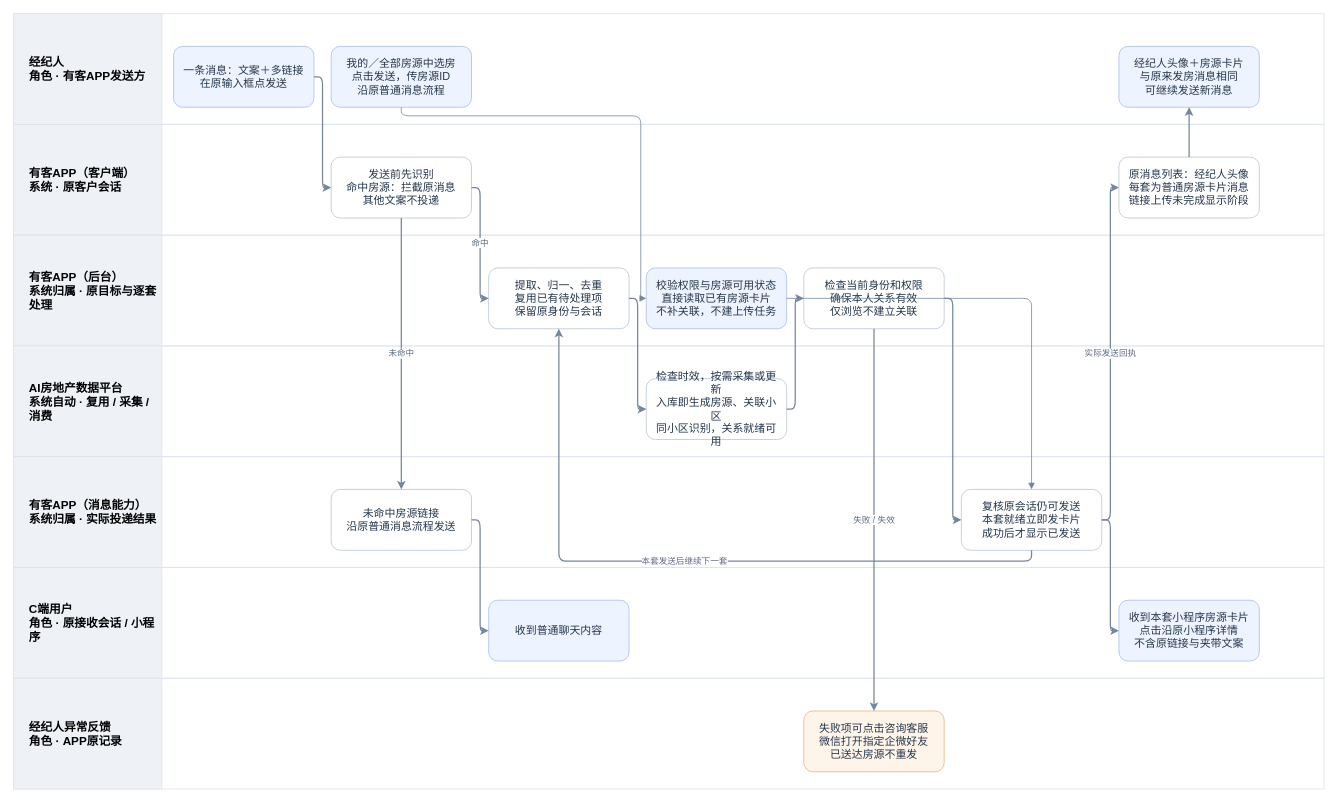
Above: page "APP客户会话｜角色与系统泳道" (2 of 3) of B端发房共用资源/V3.0-B端房源上传与管理-角色与系统业务流程.drawio in JZT-AI/ai-real-estate-platform-v3-prototype (draw.io), before the change. Source tidied: cells renumbered, new cells numbered last; positions are measured from the earlier drawing's top-left corner, leaving out a move shared by most shapes. Both pictures are drawn from the tidied source at 78%, with x=0, y=0 at pixel (13, 13).
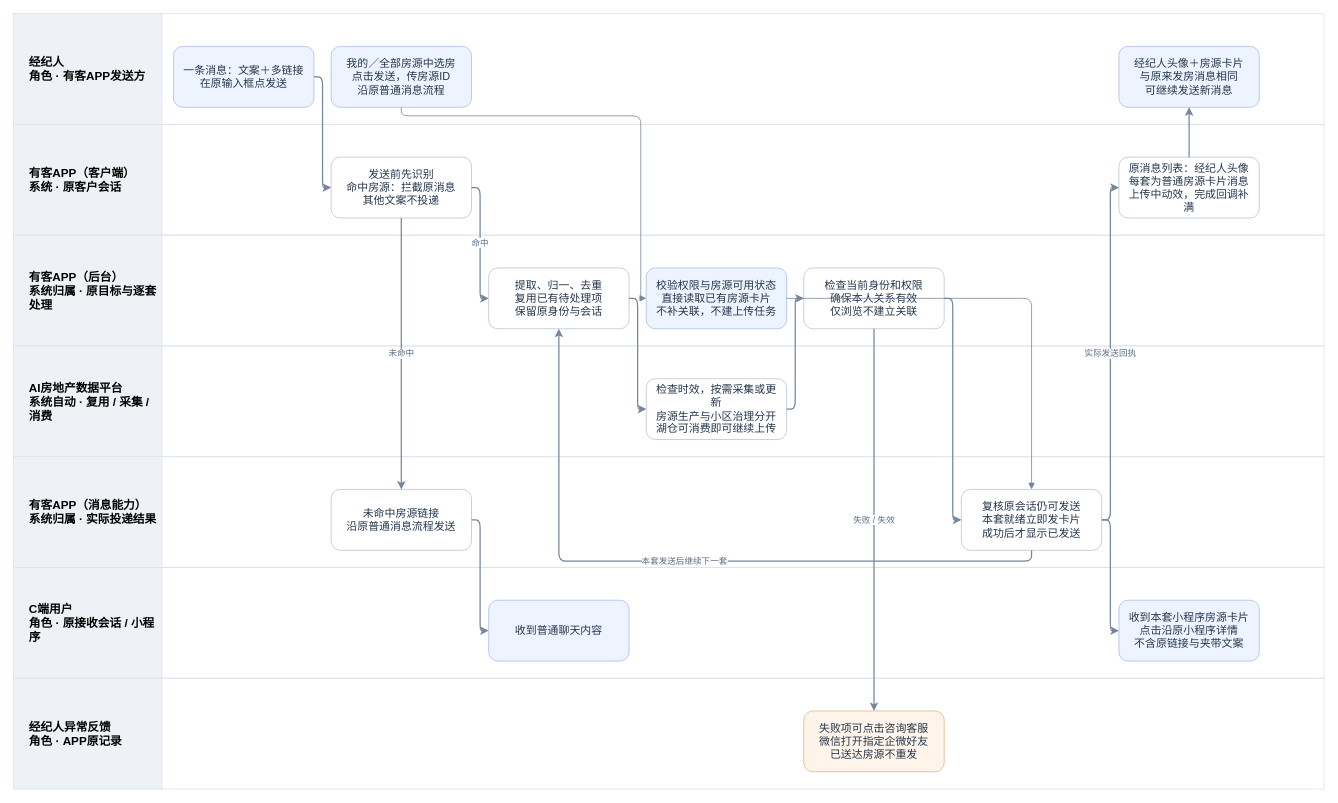
The same diagram, later.

The change refers to these unchanged cells:
```xml
<mxCell id="4" style="swimlane;horizontal=1;startSize=0;fillColor=#f8fafc;strokeColor=#dce3ed;" parent="1" vertex="1">
  <mxGeometry y="142" width="1680" height="142" as="geometry" />
</mxCell>
<mxCell id="8" style="swimlane;horizontal=1;startSize=0;fillColor=#f8fafc;strokeColor=#dce3ed;" parent="1" vertex="1">
  <mxGeometry y="426" width="1680" height="142" as="geometry" />
</mxCell>
```

What changed in the source:
```diff
@@
-    <mxCell id="19" value="检查时效，按需采集或更新&lt;br&gt;入库即生成房源、关联小区&lt;br&gt;同小区识别，关系就绪可用" style="rounded=1;whiteSpace=wrap;html=1;fillColor=#fff;strokeColor=#b7c4d5;fontColor=#24364c;fontSize=14;spacing=8;" parent="8" vertex="1">
+    <mxCell id="19" value="检查时效，按需采集或更新&lt;br&gt;房源生产与小区治理分开&lt;br&gt;湖仓可消费即可继续上传" style="rounded=1;whiteSpace=wrap;html=1;fillColor=#fff;strokeColor=#b7c4d5;fontColor=#24364c;fontSize=14;spacing=8;" parent="8" vertex="1">
       <mxGeometry x="811" y="42" width="180" height="78" as="geometry" />
     </mxCell>
@@
-    <mxCell id="23" value="原消息列表：经纪人头像&lt;br&gt;每套为普通房源卡片消息&lt;br&gt;链接上传未完成显示阶段" style="rounded=1;whiteSpace=wrap;html=1;fillColor=#fff;strokeColor=#b7c4d5;fontColor=#24364c;fontSize=14;spacing=8;" parent="4" vertex="1">
+    <mxCell id="23" value="原消息列表：经纪人头像&lt;br&gt;每套为普通房源卡片消息&lt;br&gt;上传中动效，完成回调补满" style="rounded=1;whiteSpace=wrap;html=1;fillColor=#fff;strokeColor=#b7c4d5;fontColor=#24364c;fontSize=14;spacing=8;" parent="4" vertex="1">
       <mxGeometry x="1417" y="42" width="180" height="78" as="geometry" />
     </mxCell>
```
